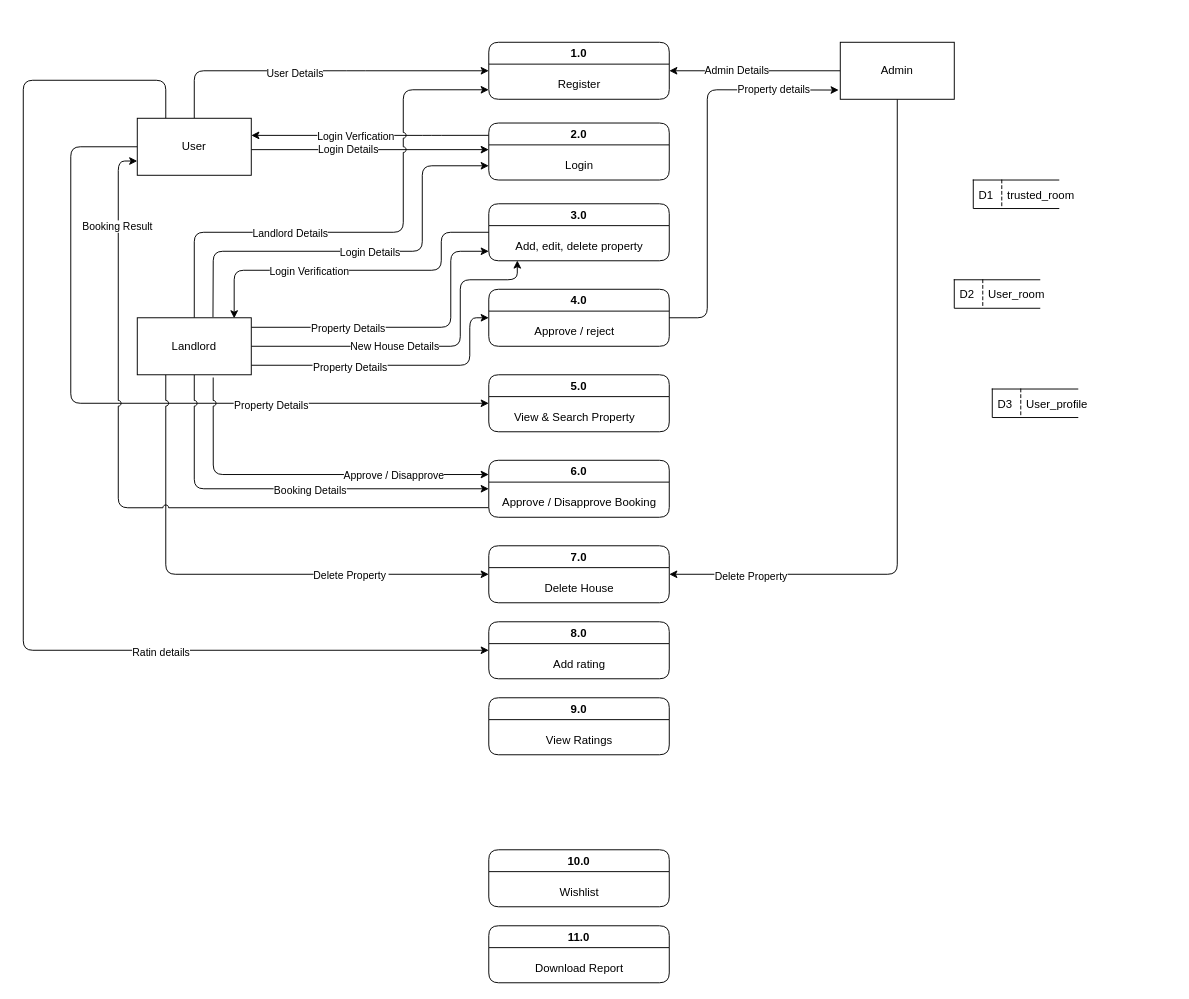
This is DFD FYP/DFD FYP.drawio from SNOW15782/Fyp, a draw.io file, before an edit. Source tidied: cells renumbered, new cells numbered last; positions are measured from the earlier drawing's top-left corner, leaving out a move shared by most shapes. Both pictures are drawn from the tidied source at 95%, with x=0, y=0 at pixel (23, 42).
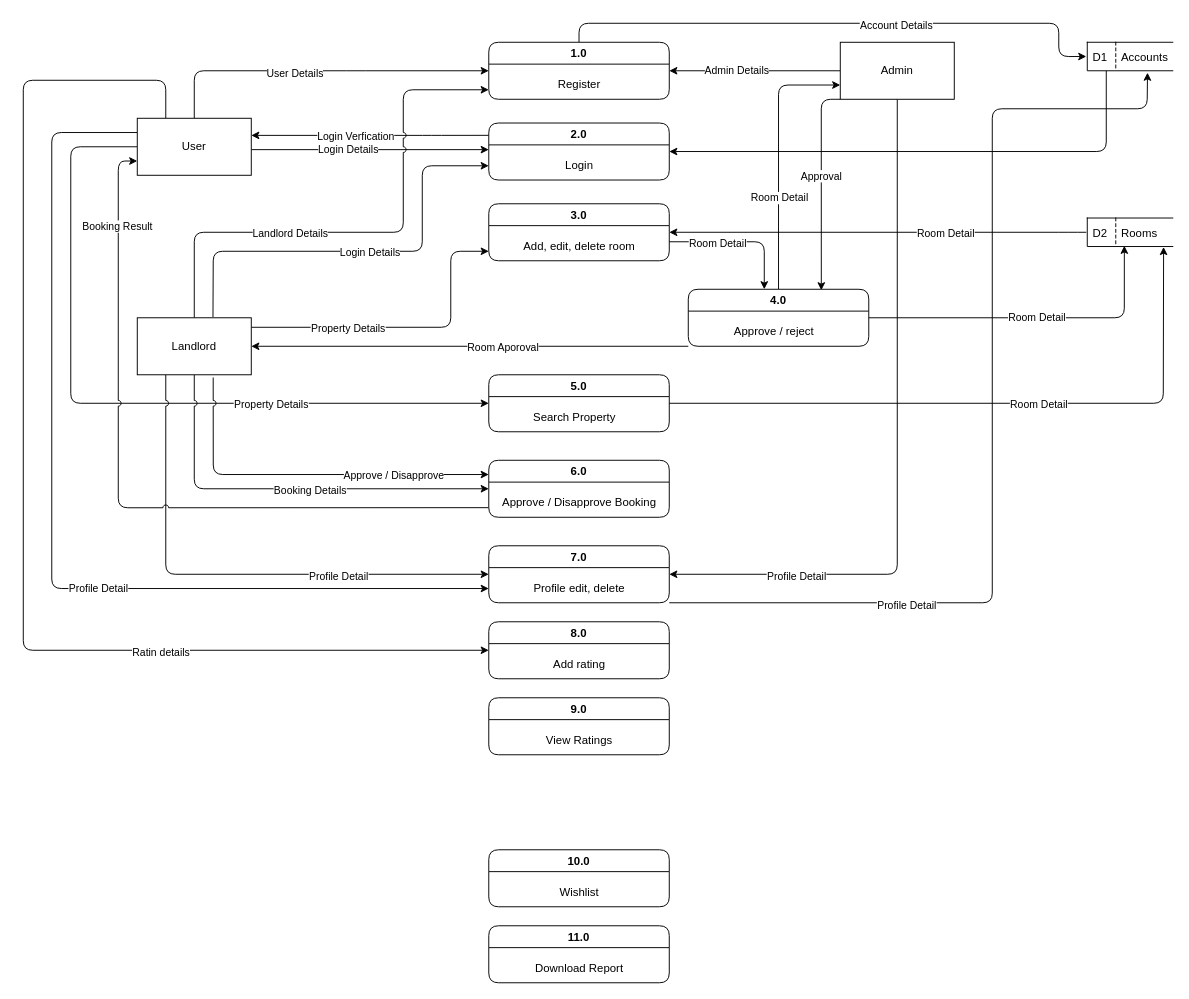
After the change.

Unchanged cells that the change refers to:
```xml
<mxCell id="4" style="edgeStyle=none;jumpStyle=arc;html=1;entryX=1;entryY=0.5;entryDx=0;entryDy=0;" parent="1" edge="1" source="6" target="40">
  <mxGeometry relative="1" as="geometry">
    <Array as="points">
      <mxPoint x="920" y="560" />
    </Array>
  </mxGeometry>
</mxCell>
<mxCell id="6" value="Admin" style="rounded=0;whiteSpace=wrap;html=1;" parent="1" vertex="1">
  <mxGeometry x="860" width="120" height="60" as="geometry" />
</mxCell>
<mxCell id="7" value="1.0" style="swimlane;startSize=23;rounded=1;" parent="1" vertex="1">
  <mxGeometry x="490" width="190" height="60" as="geometry" />
</mxCell>
<mxCell id="21" value="User" style="rounded=0;whiteSpace=wrap;html=1;" parent="1" vertex="1">
  <mxGeometry x="120" y="80" width="120" height="60" as="geometry" />
</mxCell>
<mxCell id="26" value="2.0" style="swimlane;startSize=23;rounded=1;" parent="1" vertex="1">
  <mxGeometry x="490" y="85" width="190" height="60" as="geometry" />
</mxCell>
<mxCell id="30" value="3.0" style="swimlane;startSize=23;rounded=1;" parent="1" vertex="1">
  <mxGeometry x="490" y="170" width="190" height="60" as="geometry" />
</mxCell>
<mxCell id="36" value="5.0" style="swimlane;startSize=23;rounded=1;" parent="1" vertex="1">
  <mxGeometry x="490" y="350" width="190" height="60" as="geometry" />
</mxCell>
<mxCell id="40" value="7.0" style="swimlane;startSize=23;rounded=1;" parent="1" vertex="1">
  <mxGeometry x="490" y="530" width="190" height="60" as="geometry" />
</mxCell>
<mxCell id="64" style="edgeStyle=none;jumpStyle=arc;html=1;entryX=0;entryY=0.5;entryDx=0;entryDy=0;exitX=0.25;exitY=1;exitDx=0;exitDy=0;" parent="1" edge="1" source="66" target="40">
  <mxGeometry relative="1" as="geometry">
    <Array as="points">
      <mxPoint x="150" y="560" />
    </Array>
  </mxGeometry>
</mxCell>
<mxCell id="66" value="Landlord" style="rounded=0;whiteSpace=wrap;html=1;" parent="1" vertex="1">
  <mxGeometry x="120" y="290" width="120" height="60" as="geometry" />
</mxCell>
```

The edit, as a diff of the source:
```diff
@@
-    <mxCell id="5" value="Delete Property" style="edgeLabel;html=1;align=center;verticalAlign=middle;" parent="4" vertex="1">
-      <mxGeometry x="0.77" y="2" relative="1" as="geometry" />
-    </mxCell>
+    <mxCell id="69" value="Profile Detail" style="edgeLabel;html=1;align=center;verticalAlign=middle;" parent="4" vertex="1">
+      <mxGeometry x="0.64" y="2" relative="1" as="geometry" />
+    </mxCell>
+    <mxCell id="70" style="edgeStyle=none;html=1;exitX=0;exitY=1;exitDx=0;exitDy=0;entryX=0.737;entryY=0.018;entryDx=0;entryDy=0;startArrow=none;startFill=0;endArrow=classic;endFill=1;entryPerimeter=0;" parent="1" edge="1" source="6" target="34">
+      <mxGeometry relative="1" as="geometry">
+        <Array as="points">
+          <mxPoint x="840" y="60" />
+        </Array>
+      </mxGeometry>
+    </mxCell>
+    <mxCell id="71" value="Approval" style="edgeLabel;html=1;align=center;verticalAlign=middle;" parent="70" vertex="1">
+      <mxGeometry y="-1" relative="1" as="geometry">
+        <mxPoint y="-11" as="offset" />
+      </mxGeometry>
+    </mxCell>
@@
+    <mxCell id="72" style="edgeStyle=none;html=1;exitX=0.5;exitY=0;exitDx=0;exitDy=0;entryX=0;entryY=0.5;entryDx=0;entryDy=0;" parent="1" edge="1" source="7" target="9">
+      <mxGeometry relative="1" as="geometry">
+        <Array as="points">
+          <mxPoint x="585" y="-20" />
+          <mxPoint x="1090" y="-20" />
+          <mxPoint x="1090" y="15" />
+        </Array>
+      </mxGeometry>
+    </mxCell>
+    <mxCell id="73" value="Account Details" style="edgeLabel;html=1;align=center;verticalAlign=middle;" parent="72" vertex="1">
+      <mxGeometry x="0.2" y="-1" relative="1" as="geometry" />
+    </mxCell>
@@
-    <mxCell id="9" value="trusted_room" style="shape=partialRectangle;fillColor=none;align=left;verticalAlign=middle;strokeColor=default;spacingLeft=34;points=[[0,0.5],[1,0.5]];portConstraint=eastwest;strokeWidth=1;perimeterSpacing=1;right=0;" parent="1" vertex="1">
-      <mxGeometry x="1000" y="145" width="90" height="30" as="geometry" />
+    <mxCell id="9" value="Accounts" style="shape=partialRectangle;fillColor=none;align=left;verticalAlign=middle;strokeColor=default;spacingLeft=34;points=[[0,0.5],[1,0.5]];portConstraint=eastwest;strokeWidth=1;perimeterSpacing=1;right=0;" parent="1" vertex="1">
+      <mxGeometry x="1120" width="90" height="30" as="geometry" />
     </mxCell>
@@
-    <mxCell id="11" value="User_room" style="shape=partialRectangle;fillColor=none;align=left;verticalAlign=middle;strokeColor=default;spacingLeft=34;points=[[0,0.5],[1,0.5]];portConstraint=eastwest;strokeWidth=1;perimeterSpacing=1;right=0;" parent="1" vertex="1">
-      <mxGeometry x="980" y="250" width="90" height="30" as="geometry" />
+    <mxCell id="11" value="Rooms" style="shape=partialRectangle;fillColor=none;align=left;verticalAlign=middle;strokeColor=default;spacingLeft=34;points=[[0,0.5],[1,0.5]];portConstraint=eastwest;strokeWidth=1;perimeterSpacing=1;right=0;" parent="1" vertex="1">
+      <mxGeometry x="1120" y="185" width="90" height="30" as="geometry" />
     </mxCell>
@@
+    <mxCell id="74" style="edgeStyle=none;html=1;exitX=0;exitY=0.25;exitDx=0;exitDy=0;entryX=0;entryY=0.75;entryDx=0;entryDy=0;startArrow=none;startFill=0;endArrow=classic;endFill=1;" parent="1" edge="1" source="21" target="40">
+      <mxGeometry relative="1" as="geometry">
+        <Array as="points">
+          <mxPoint x="30" y="95" />
+          <mxPoint x="30" y="575" />
+        </Array>
+      </mxGeometry>
+    </mxCell>
+    <mxCell id="75" value="Profile Detail" style="edgeLabel;html=1;align=center;verticalAlign=middle;" parent="74" vertex="1">
+      <mxGeometry x="0.2" y="1" relative="1" as="geometry" />
+    </mxCell>
@@
-    <mxCell id="22" value="User_profile" style="shape=partialRectangle;fillColor=none;align=left;verticalAlign=middle;strokeColor=default;spacingLeft=34;strokeWidth=1;perimeterSpacing=1;right=0;" parent="1" vertex="1">
-      <mxGeometry x="1020" y="365" width="90" height="30" as="geometry" />
-    </mxCell>
-    <mxCell id="23" value="D3" style="shape=partialRectangle;top=0;left=0;bottom=0;fillColor=none;stokeWidth=1;dashed=1;align=left;verticalAlign=middle;spacingLeft=4;spacingRight=4;overflow=hidden;strokeColor=default;" parent="22" vertex="1">
-      <mxGeometry width="30" height="30" as="geometry" />
-    </mxCell>
@@
+    <mxCell id="76" style="edgeStyle=none;html=1;exitX=1;exitY=0.5;exitDx=0;exitDy=0;startArrow=classic;startFill=1;endArrow=none;endFill=0;" parent="1" edge="1" source="26">
+      <mxGeometry relative="1" as="geometry">
+        <mxPoint x="1140" y="30" as="targetPoint" />
+        <Array as="points">
+          <mxPoint x="1140" y="115" />
+        </Array>
+      </mxGeometry>
+    </mxCell>
@@
-    <mxCell id="28" style="edgeStyle=none;html=1;entryX=0.85;entryY=0.01;entryDx=0;entryDy=0;entryPerimeter=0;exitX=0;exitY=0.5;exitDx=0;exitDy=0;" parent="1" edge="1" source="30" target="66">
-      <mxGeometry relative="1" as="geometry">
-        <Array as="points">
-          <mxPoint x="440" y="200" />
-          <mxPoint x="440" y="240" />
-          <mxPoint x="222" y="240" />
-        </Array>
-      </mxGeometry>
-    </mxCell>
-    <mxCell id="29" value="Login Verification" style="edgeLabel;html=1;align=center;verticalAlign=middle;" parent="28" vertex="1">
-      <mxGeometry x="0.48" y="4" relative="1" as="geometry">
-        <mxPoint x="35" y="-4" as="offset" />
-      </mxGeometry>
-    </mxCell>
+    <mxCell id="77" style="edgeStyle=none;html=1;exitX=1;exitY=0.5;exitDx=0;exitDy=0;entryX=0;entryY=0.5;entryDx=0;entryDy=0;startArrow=classic;startFill=1;endArrow=none;endFill=0;" parent="1" edge="1" source="30" target="11">
+      <mxGeometry relative="1" as="geometry">
+        <Array as="points">
+          <mxPoint x="1100" y="200" />
+        </Array>
+      </mxGeometry>
+    </mxCell>
+    <mxCell id="78" value="Room Detail" style="edgeLabel;html=1;align=center;verticalAlign=middle;" parent="77" vertex="1">
+      <mxGeometry x="0.22" y="-1" relative="1" as="geometry">
+        <mxPoint x="22" y="-1" as="offset" />
+      </mxGeometry>
+    </mxCell>
@@
-    <mxCell id="31" value="Add, edit, delete property" style="text;html=1;align=center;verticalAlign=middle;points=[];strokeColor=none;fillColor=none;rotation=0;" parent="30" vertex="1">
-      <mxGeometry x="15" y="30" width="160" height="30" as="geometry" />
+    <mxCell id="31" value="Add, edit, delete room" style="text;html=1;align=center;verticalAlign=middle;points=[];strokeColor=none;fillColor=none;rotation=0;" parent="30" vertex="1">
+      <mxGeometry x="25" y="30" width="140" height="30" as="geometry" />
     </mxCell>
+    <mxCell id="79" style="edgeStyle=none;html=1;startArrow=classic;startFill=1;endArrow=none;endFill=0;" parent="1" edge="1">
+      <mxGeometry relative="1" as="geometry">
+        <mxPoint x="780" y="260" as="sourcePoint" />
+        <mxPoint x="680" y="210" as="targetPoint" />
+        <Array as="points">
+          <mxPoint x="780" y="210" />
+        </Array>
+      </mxGeometry>
+    </mxCell>
+    <mxCell id="80" value="Room Detail" style="edgeLabel;html=1;align=center;verticalAlign=middle;" parent="79" vertex="1">
+      <mxGeometry x="0.64" y="1" relative="1" as="geometry">
+        <mxPoint x="23" as="offset" />
+      </mxGeometry>
+    </mxCell>
-    <mxCell id="32" style="edgeStyle=none;jumpStyle=arc;html=1;entryX=-0.014;entryY=0.838;entryDx=0;entryDy=0;entryPerimeter=0;" parent="1" edge="1" source="34" target="6">
+    <mxCell id="32" style="edgeStyle=none;html=1;exitX=0.5;exitY=0;exitDx=0;exitDy=0;entryX=0;entryY=0.75;entryDx=0;entryDy=0;startArrow=none;startFill=0;endArrow=classic;endFill=1;" parent="1" edge="1" source="34" target="6">
       <mxGeometry relative="1" as="geometry">
         <Array as="points">
-          <mxPoint x="720" y="290" />
-          <mxPoint x="720" y="50" />
+          <mxPoint x="795" y="45" />
         </Array>
       </mxGeometry>
     </mxCell>
-    <mxCell id="33" value="Property details" style="edgeLabel;html=1;align=center;verticalAlign=middle;" parent="32" vertex="1">
-      <mxGeometry x="0.47" y="1" relative="1" as="geometry">
-        <mxPoint x="42" as="offset" />
-      </mxGeometry>
-    </mxCell>
+    <mxCell id="81" value="Room Detail" style="edgeLabel;html=1;align=center;verticalAlign=middle;" parent="32" vertex="1">
+      <mxGeometry x="-0.31" relative="1" as="geometry" />
+    </mxCell>
+    <mxCell id="82" style="edgeStyle=none;html=1;exitX=1;exitY=0.5;exitDx=0;exitDy=0;entryX=0.435;entryY=0.945;entryDx=0;entryDy=0;entryPerimeter=0;startArrow=none;startFill=0;endArrow=classic;endFill=1;" parent="1" edge="1" source="34" target="11">
+      <mxGeometry relative="1" as="geometry">
+        <Array as="points">
+          <mxPoint x="1159" y="290" />
+        </Array>
+      </mxGeometry>
+    </mxCell>
+    <mxCell id="83" value="Room Detail" style="edgeLabel;html=1;align=center;verticalAlign=middle;" parent="82" vertex="1">
+      <mxGeometry x="0.02" y="1" relative="1" as="geometry" />
+    </mxCell>
+    <mxCell id="84" style="edgeStyle=none;html=1;exitX=0;exitY=1;exitDx=0;exitDy=0;entryX=1;entryY=0.5;entryDx=0;entryDy=0;startArrow=none;startFill=0;endArrow=classic;endFill=1;" parent="1" edge="1" source="34" target="66">
+      <mxGeometry relative="1" as="geometry" />
+    </mxCell>
+    <mxCell id="85" value="Room Aporoval" style="edgeLabel;html=1;align=center;verticalAlign=middle;" parent="84" vertex="1">
+      <mxGeometry x="-0.15" relative="1" as="geometry" />
+    </mxCell>
     <mxCell id="34" value="4.0" style="swimlane;startSize=23;rounded=1;" parent="1" vertex="1">
-      <mxGeometry x="490" y="260" width="190" height="60" as="geometry" />
+      <mxGeometry x="700" y="260" width="190" height="60" as="geometry" />
     </mxCell>
@@
+    <mxCell id="86" style="edgeStyle=none;html=1;exitX=1;exitY=0.5;exitDx=0;exitDy=0;entryX=0.884;entryY=0.984;entryDx=0;entryDy=0;entryPerimeter=0;startArrow=none;startFill=0;endArrow=classic;endFill=1;" parent="1" edge="1" source="36" target="11">
+      <mxGeometry relative="1" as="geometry">
+        <Array as="points">
+          <mxPoint x="1200" y="380" />
+        </Array>
+      </mxGeometry>
+    </mxCell>
+    <mxCell id="87" value="Room Detail" style="edgeLabel;html=1;align=center;verticalAlign=middle;" parent="86" vertex="1">
+      <mxGeometry x="0.05" y="3" relative="1" as="geometry">
+        <mxPoint x="29" y="3" as="offset" />
+      </mxGeometry>
+    </mxCell>
@@
-    <mxCell id="37" value="View &amp;amp; Search Property" style="text;html=1;align=center;verticalAlign=middle;strokeColor=none;fillColor=none;rotation=0;" parent="36" vertex="1">
-      <mxGeometry x="15" y="30" width="150" height="30" as="geometry" />
+    <mxCell id="37" value="Search Property" style="text;html=1;align=center;verticalAlign=middle;strokeColor=none;fillColor=none;rotation=0;" parent="36" vertex="1">
+      <mxGeometry x="35" y="30" width="110" height="30" as="geometry" />
     </mxCell>
@@
+    <mxCell id="88" style="edgeStyle=none;html=1;exitX=1;exitY=1;exitDx=0;exitDy=0;entryX=0.7;entryY=1.032;entryDx=0;entryDy=0;entryPerimeter=0;startArrow=none;startFill=0;endArrow=classic;endFill=1;" parent="1" edge="1" source="40" target="9">
+      <mxGeometry relative="1" as="geometry">
+        <Array as="points">
+          <mxPoint x="1020" y="590" />
+          <mxPoint x="1020" y="70" />
+          <mxPoint x="1183" y="70" />
+        </Array>
+      </mxGeometry>
+    </mxCell>
+    <mxCell id="89" value="Profile Detail" style="edgeLabel;html=1;align=center;verticalAlign=middle;" parent="88" vertex="1">
+      <mxGeometry x="-0.53" y="-2" relative="1" as="geometry" />
+    </mxCell>
@@
-    <mxCell id="41" value="Delete House" style="text;html=1;align=center;verticalAlign=middle;strokeColor=none;fillColor=none;rotation=0;" parent="40" vertex="1">
-      <mxGeometry x="45" y="30" width="100" height="30" as="geometry" />
+    <mxCell id="41" value="Profile edit, delete" style="text;html=1;align=center;verticalAlign=middle;strokeColor=none;fillColor=none;rotation=0;" parent="40" vertex="1">
+      <mxGeometry x="35" y="30" width="120" height="30" as="geometry" />
     </mxCell>
@@
-    <mxCell id="56" style="edgeStyle=none;html=1;entryX=0.094;entryY=0.99;entryDx=0;entryDy=0;entryPerimeter=0;" parent="1" edge="1" source="66" target="31">
-      <mxGeometry relative="1" as="geometry">
-        <Array as="points">
-          <mxPoint x="460" y="320" />
-          <mxPoint x="460" y="250" />
-          <mxPoint x="520" y="250" />
-        </Array>
-      </mxGeometry>
-    </mxCell>
-    <mxCell id="57" value="New House Details" style="edgeLabel;html=1;align=center;verticalAlign=middle;" parent="56" vertex="1">
-      <mxGeometry x="0.43" y="-2" relative="1" as="geometry">
-        <mxPoint x="-72" y="44" as="offset" />
-      </mxGeometry>
-    </mxCell>
-    <mxCell id="58" style="edgeStyle=none;jumpStyle=arc;html=1;entryX=0;entryY=0.5;entryDx=0;entryDy=0;exitX=1;exitY=0.833;exitDx=0;exitDy=0;exitPerimeter=0;" parent="1" edge="1" source="66" target="34">
-      <mxGeometry relative="1" as="geometry">
-        <Array as="points">
-          <mxPoint x="470" y="340" />
-          <mxPoint x="470" y="290" />
-        </Array>
-      </mxGeometry>
-    </mxCell>
-    <mxCell id="59" value="Property Details" style="edgeLabel;html=1;align=center;verticalAlign=middle;" parent="58" vertex="1">
-      <mxGeometry x="-0.31" y="-2" relative="1" as="geometry" />
-    </mxCell>
@@
-    <mxCell id="65" value="Delete Property&amp;nbsp;" style="edgeLabel;html=1;align=center;verticalAlign=middle;" parent="64" vertex="1">
-      <mxGeometry x="0.47" y="-1" relative="1" as="geometry" />
-    </mxCell>
+    <mxCell id="90" value="Profile Detail" style="edgeLabel;html=1;align=center;verticalAlign=middle;" parent="64" vertex="1">
+      <mxGeometry x="0.42" y="-1" relative="1" as="geometry" />
+    </mxCell>
```
